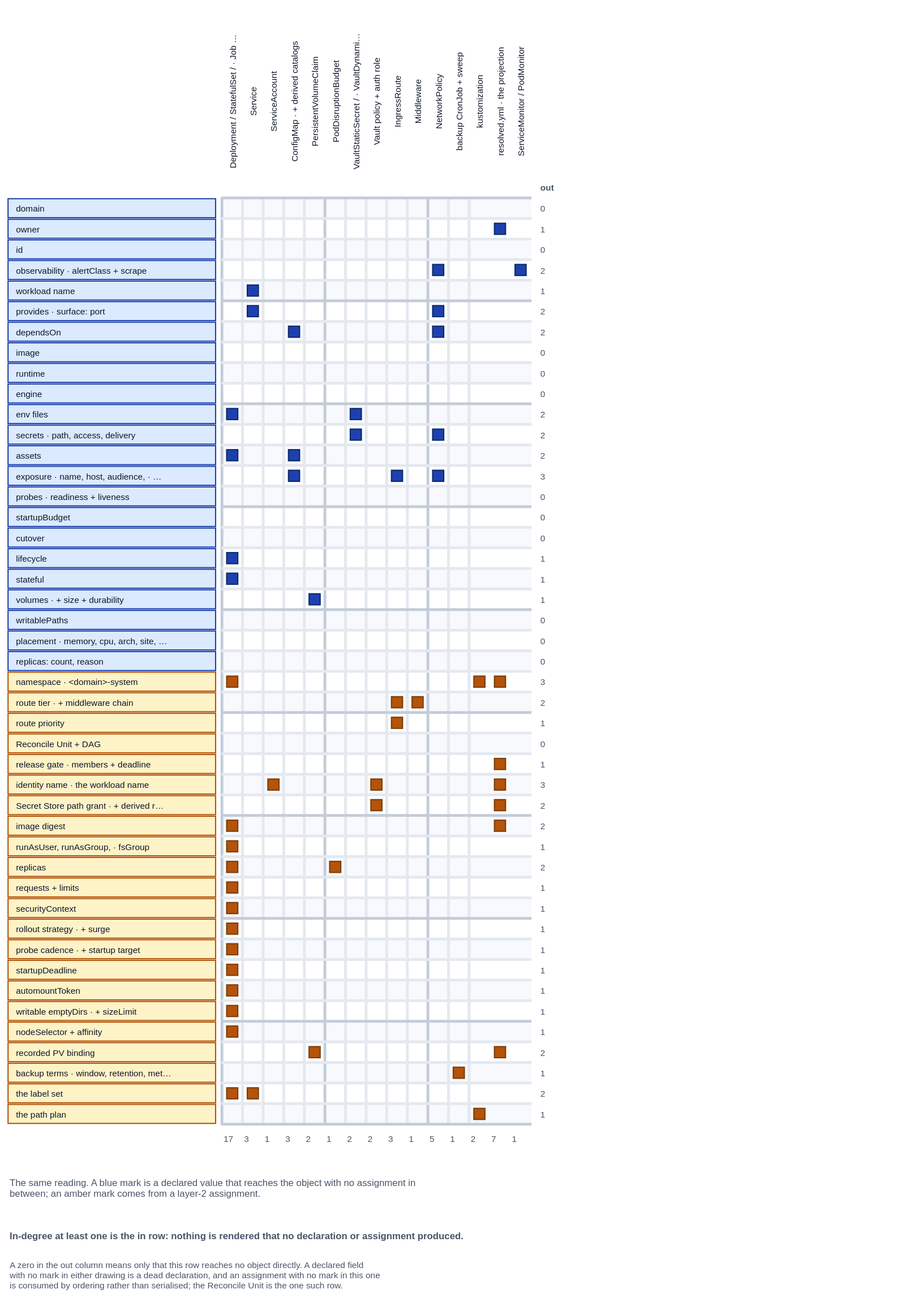
This is spec/v1/diagrams/16-derivation-map-deliverables.drawio.svg from JorisJonkers-dev/deploy-kit, a draw.io export, as it was before one commit. Source tidied: cells renumbered, new cells last; positions are measured from the earlier drawing's top-left corner, leaving out a move shared by most shapes.
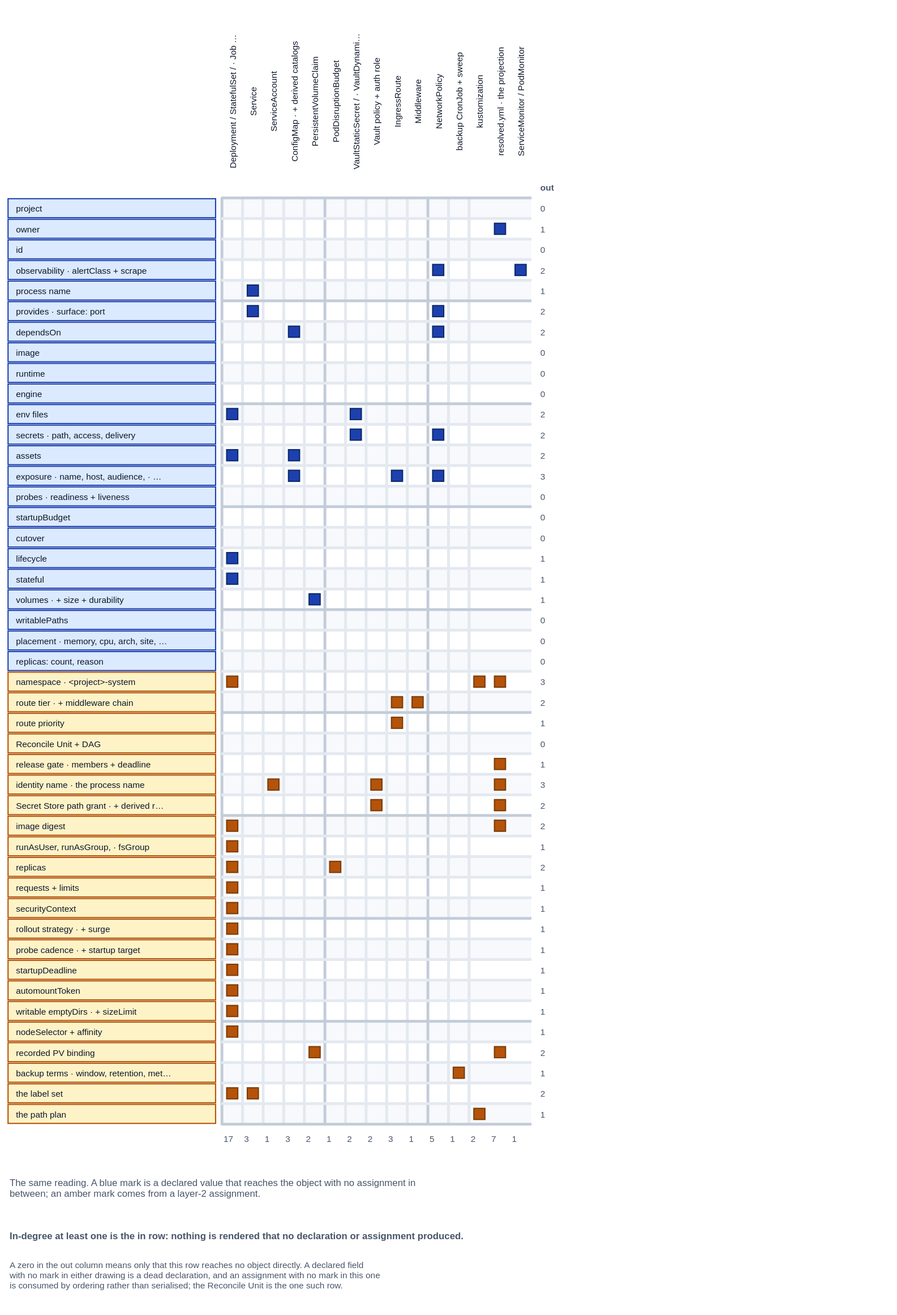
Above is the later version.

Change to the diagram source:
```diff
@@ -323,7 +323,7 @@
     <mxCell id="108" value="Deployment / StatefulSet /  ·  Job …" style="horizontal=0;rounded=0;whiteSpace=nowrap;html=0;align=center;verticalAlign=middle;fillColor=none;strokeColor=none;strokeWidth=1.5;fontFamily=Helvetica;fontSize=11;fontColor=#0f172a;" parent="1" vertex="1">
       <mxGeometry x="270" width="26" height="236" as="geometry" />
     </mxCell>
-    <mxCell id="109" value="Service" style="horizontal=0;rounded=0;whiteSpace=nowrap;html=0;align=center;verticalAlign=middle;fillColor=none;strokeColor=none;strokeWidth=1.5;fontFamily=Helvetica;fontSize=11;fontColor=#0f172a;" parent="1" vertex="1">
+    <mxCell id="109" value="Application" style="horizontal=0;rounded=0;whiteSpace=nowrap;html=0;align=center;verticalAlign=middle;fillColor=none;strokeColor=none;strokeWidth=1.5;fontFamily=Helvetica;fontSize=11;fontColor=#0f172a;" parent="1" vertex="1">
       <mxGeometry x="296" width="26" height="236" as="geometry" />
     </mxCell>
     <mxCell id="110" value="ServiceAccount" style="horizontal=0;rounded=0;whiteSpace=nowrap;html=0;align=center;verticalAlign=middle;fillColor=none;strokeColor=none;strokeWidth=1.5;fontFamily=Helvetica;fontSize=11;fontColor=#0f172a;" parent="1" vertex="1">
@@ -362,7 +362,7 @@
     <mxCell id="121" value="resolved.yml  ·  the projection" style="horizontal=0;rounded=0;whiteSpace=nowrap;html=0;align=center;verticalAlign=middle;fillColor=none;strokeColor=none;strokeWidth=1.5;fontFamily=Helvetica;fontSize=11;fontColor=#0f172a;" parent="1" vertex="1">
       <mxGeometry x="608" width="26" height="236" as="geometry" />
     </mxCell>
-    <mxCell id="122" value="domain" style="spacingLeft=8;rounded=0;whiteSpace=nowrap;html=0;align=left;verticalAlign=middle;fillColor=#dbeafe;strokeColor=#1e40af;strokeWidth=1.5;fontFamily=Helvetica;fontSize=11;fontColor=#0f172a;" parent="1" vertex="1">
+    <mxCell id="122" value="project" style="spacingLeft=8;rounded=0;whiteSpace=nowrap;html=0;align=left;verticalAlign=middle;fillColor=#dbeafe;strokeColor=#1e40af;strokeWidth=1.5;fontFamily=Helvetica;fontSize=11;fontColor=#0f172a;" parent="1" vertex="1">
       <mxGeometry y="241" width="262" height="24" as="geometry" />
     </mxCell>
     <mxCell id="123" value="owner" style="spacingLeft=8;rounded=0;whiteSpace=nowrap;html=0;align=left;verticalAlign=middle;fillColor=#dbeafe;strokeColor=#1e40af;strokeWidth=1.5;fontFamily=Helvetica;fontSize=11;fontColor=#0f172a;" parent="1" vertex="1">
@@ -374,7 +374,7 @@
     <mxCell id="125" value="observability  ·  alertClass + scrape" style="spacingLeft=8;rounded=0;whiteSpace=nowrap;html=0;align=left;verticalAlign=middle;fillColor=#dbeafe;strokeColor=#1e40af;strokeWidth=1.5;fontFamily=Helvetica;fontSize=11;fontColor=#0f172a;" parent="1" vertex="1">
       <mxGeometry y="319" width="262" height="24" as="geometry" />
     </mxCell>
-    <mxCell id="126" value="workload name" style="spacingLeft=8;rounded=0;whiteSpace=nowrap;html=0;align=left;verticalAlign=middle;fillColor=#dbeafe;strokeColor=#1e40af;strokeWidth=1.5;fontFamily=Helvetica;fontSize=11;fontColor=#0f172a;" parent="1" vertex="1">
+    <mxCell id="126" value="process name" style="spacingLeft=8;rounded=0;whiteSpace=nowrap;html=0;align=left;verticalAlign=middle;fillColor=#dbeafe;strokeColor=#1e40af;strokeWidth=1.5;fontFamily=Helvetica;fontSize=11;fontColor=#0f172a;" parent="1" vertex="1">
       <mxGeometry y="345" width="262" height="24" as="geometry" />
     </mxCell>
     <mxCell id="127" value="provides  ·  surface: port" style="spacingLeft=8;rounded=0;whiteSpace=nowrap;html=0;align=left;verticalAlign=middle;fillColor=#dbeafe;strokeColor=#1e40af;strokeWidth=1.5;fontFamily=Helvetica;fontSize=11;fontColor=#0f172a;" parent="1" vertex="1">
@@ -431,7 +431,7 @@
     <mxCell id="144" value="replicas: count, reason" style="spacingLeft=8;rounded=0;whiteSpace=nowrap;html=0;align=left;verticalAlign=middle;fillColor=#dbeafe;strokeColor=#1e40af;strokeWidth=1.5;fontFamily=Helvetica;fontSize=11;fontColor=#0f172a;" parent="1" vertex="1">
       <mxGeometry y="813" width="262" height="24" as="geometry" />
     </mxCell>
-    <mxCell id="145" value="namespace  ·  &lt;domain&gt;-system" style="spacingLeft=8;rounded=0;whiteSpace=nowrap;html=0;align=left;verticalAlign=middle;fillColor=#fef3c7;strokeColor=#b45309;strokeWidth=1.5;fontFamily=Helvetica;fontSize=11;fontColor=#0f172a;" parent="1" vertex="1">
+    <mxCell id="145" value="namespace  ·  &lt;project&gt;-system" style="spacingLeft=8;rounded=0;whiteSpace=nowrap;html=0;align=left;verticalAlign=middle;fillColor=#fef3c7;strokeColor=#b45309;strokeWidth=1.5;fontFamily=Helvetica;fontSize=11;fontColor=#0f172a;" parent="1" vertex="1">
       <mxGeometry y="839" width="262" height="24" as="geometry" />
     </mxCell>
     <mxCell id="146" value="route tier  ·  + middleware chain" style="spacingLeft=8;rounded=0;whiteSpace=nowrap;html=0;align=left;verticalAlign=middle;fillColor=#fef3c7;strokeColor=#b45309;strokeWidth=1.5;fontFamily=Helvetica;fontSize=11;fontColor=#0f172a;" parent="1" vertex="1">
@@ -446,7 +446,7 @@
     <mxCell id="149" value="release gate  ·  members + deadline" style="spacingLeft=8;rounded=0;whiteSpace=nowrap;html=0;align=left;verticalAlign=middle;fillColor=#fef3c7;strokeColor=#b45309;strokeWidth=1.5;fontFamily=Helvetica;fontSize=11;fontColor=#0f172a;" parent="1" vertex="1">
       <mxGeometry y="943" width="262" height="24" as="geometry" />
     </mxCell>
-    <mxCell id="150" value="identity name  ·  the workload name" style="spacingLeft=8;rounded=0;whiteSpace=nowrap;html=0;align=left;verticalAlign=middle;fillColor=#fef3c7;strokeColor=#b45309;strokeWidth=1.5;fontFamily=Helvetica;fontSize=11;fontColor=#0f172a;" parent="1" vertex="1">
+    <mxCell id="150" value="identity name  ·  the process name" style="spacingLeft=8;rounded=0;whiteSpace=nowrap;html=0;align=left;verticalAlign=middle;fillColor=#fef3c7;strokeColor=#b45309;strokeWidth=1.5;fontFamily=Helvetica;fontSize=11;fontColor=#0f172a;" parent="1" vertex="1">
       <mxGeometry y="969" width="262" height="24" as="geometry" />
     </mxCell>
     <mxCell id="151" value="Secret Store path grant  ·  + derived r…" style="spacingLeft=8;rounded=0;whiteSpace=nowrap;html=0;align=left;verticalAlign=middle;fillColor=#fef3c7;strokeColor=#b45309;strokeWidth=1.5;fontFamily=Helvetica;fontSize=11;fontColor=#0f172a;" parent="1" vertex="1">
```
